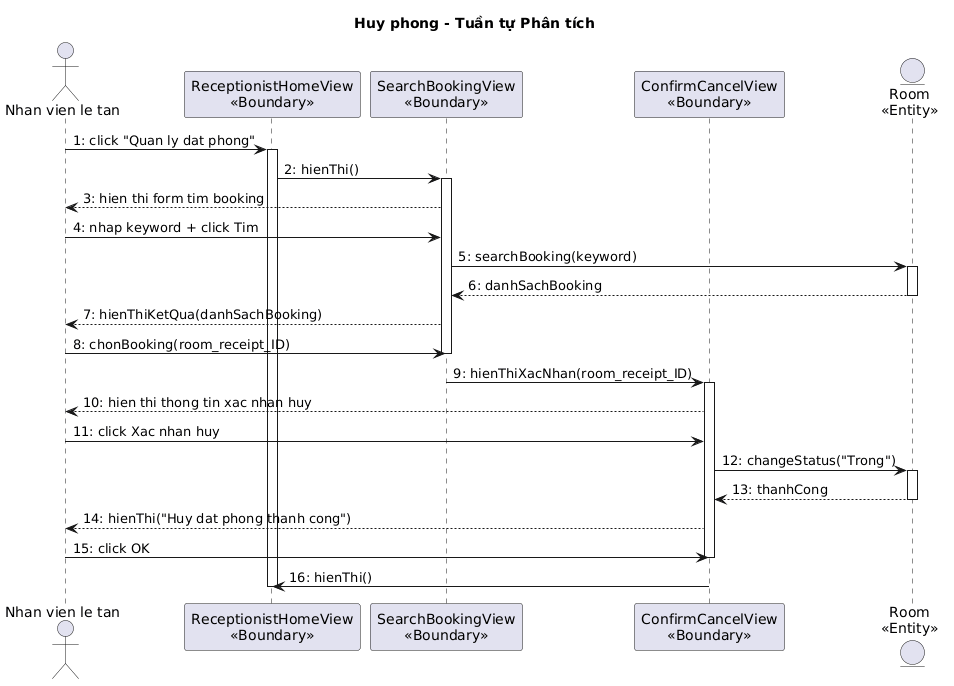
This is output/diagrams/booking_aseq_huyphong.png from thanhtrnnn/cnpm, a PlantUML export, as it was before one commit.
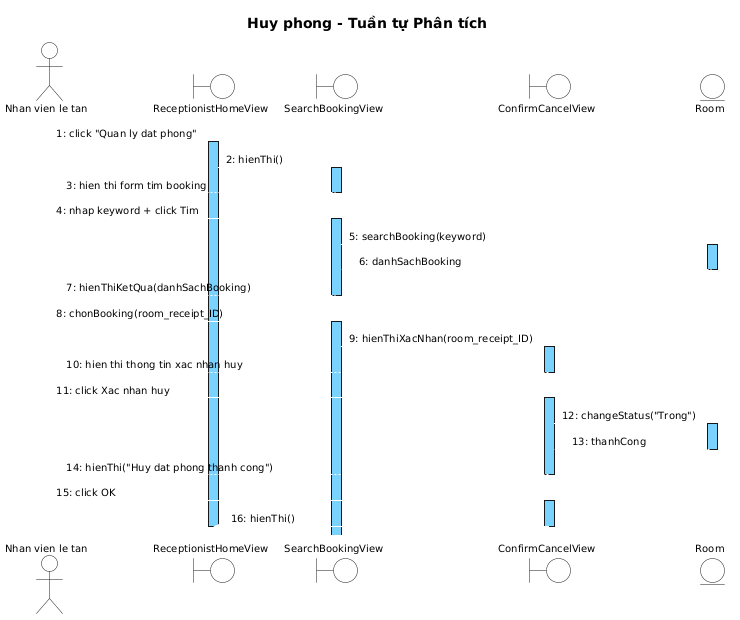
Above is the later version.

The edit, as a diff of the source:
```diff
@@ -1,36 +1,69 @@
 @startuml
+skinparam shadowing false
+skinparam SequenceMessageAlign left
+skinparam SequenceLifeLineBackgroundColor #7AD2FF
+skinparam SequenceLifeLineBorderColor #000000
+
+<style>
+sequenceDiagram {
+  Shadowing 0
+  RoundCorner 0
+  FontName "Arial"
+  FontSize 10
+  FontColor #000000
+  participant { BackgroundColor #7AD2FF LineColor #000000 LineThickness 1 }
+  actor { BackgroundColor transparent LineColor #000000 }
+  boundary { BackgroundColor #7AD2FF LineColor #000000 }
+  control { BackgroundColor #7AD2FF LineColor #000000 }
+  entity { BackgroundColor #7AD2FF LineColor #000000 }
+  lifeline { LineColor #000000 LineStyle 5-5 }
+  arrow { LineColor #000000 LineThickness 1 FontSize 10 }
+}
+</style>
+
 title Huy phong - Tuần tự Phân tích
 
 actor "Nhan vien le tan" as NV
-participant "ReceptionistHomeView\n<<Boundary>>" as Home
-participant "SearchBookingView\n<<Boundary>>" as SearchBooking
-participant "ConfirmCancelView\n<<Boundary>>" as Confirm
-entity "Room\n<<Entity>>" as Room
+boundary ReceptionistHomeView
+boundary SearchBookingView
+boundary ConfirmCancelView
+entity Room
 
-NV -> Home : 1: click "Quan ly dat phong"
-activate Home
-Home -> SearchBooking : 2: hienThi()
-activate SearchBooking
-SearchBooking --> NV : 3: hien thi form tim booking
-NV -> SearchBooking : 4: nhap keyword + click Tim
-SearchBooking -> Room : 5: searchBooking(keyword)
+NV -> ReceptionistHomeView : 1: click "Quan ly dat phong"
+activate ReceptionistHomeView
+ReceptionistHomeView -> SearchBookingView : 2: hienThi()
+activate SearchBookingView
+SearchBookingView --> NV : 3: hien thi form tim booking
+deactivate SearchBookingView
+
+NV -> SearchBookingView : 4: nhap keyword + click Tim
+activate SearchBookingView
+SearchBookingView -> Room : 5: searchBooking(keyword)
 activate Room
-Room --> SearchBooking : 6: danhSachBooking
+Room --> SearchBookingView : 6: danhSachBooking
 deactivate Room
-SearchBooking --> NV : 7: hienThiKetQua(danhSachBooking)
-NV -> SearchBooking : 8: chonBooking(room_receipt_ID)
-deactivate SearchBooking
-SearchBooking -> Confirm : 9: hienThiXacNhan(room_receipt_ID)
-activate Confirm
-Confirm --> NV : 10: hien thi thong tin xac nhan huy
-NV -> Confirm : 11: click Xac nhan huy
-Confirm -> Room : 12: changeStatus("Trong")
+SearchBookingView --> NV : 7: hienThiKetQua(danhSachBooking)
+deactivate SearchBookingView
+
+NV -> SearchBookingView : 8: chonBooking(room_receipt_ID)
+activate SearchBookingView
+SearchBookingView -> ConfirmCancelView : 9: hienThiXacNhan(room_receipt_ID)
+activate ConfirmCancelView
+ConfirmCancelView --> NV : 10: hien thi thong tin xac nhan huy
+deactivate ConfirmCancelView
+
+NV -> ConfirmCancelView : 11: click Xac nhan huy
+activate ConfirmCancelView
+ConfirmCancelView -> Room : 12: changeStatus("Trong")
 activate Room
-Room --> Confirm : 13: thanhCong
+Room --> ConfirmCancelView : 13: thanhCong
 deactivate Room
-Confirm --> NV : 14: hienThi("Huy dat phong thanh cong")
-NV -> Confirm : 15: click OK
-deactivate Confirm
-Confirm -> Home : 16: hienThi()
-deactivate Home
+ConfirmCancelView --> NV : 14: hienThi("Huy dat phong thanh cong")
+deactivate ConfirmCancelView
+
+NV -> ConfirmCancelView : 15: click OK
+activate ConfirmCancelView
+ConfirmCancelView -> ReceptionistHomeView : 16: hienThi()
+deactivate ConfirmCancelView
+deactivate ReceptionistHomeView
 @enduml
```
